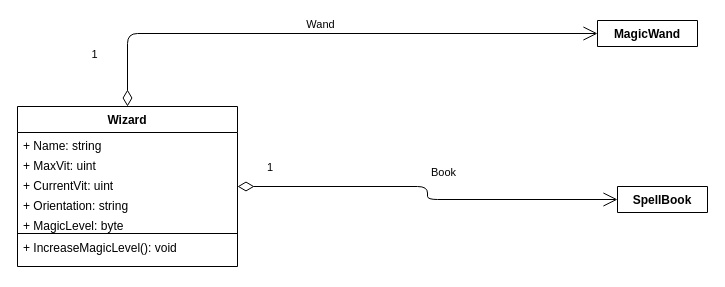
Above: Assets/UML-diagrams/Wizard.drawio in ProgramacionII-Equipo3/PII_RoleplayGame_1_Start (draw.io), before the change. Source tidied: cells renumbered, new cells numbered last; positions are measured from the earlier drawing's top-left corner, leaving out a move shared by most shapes. Both pictures are drawn from the tidied source at 100%, with x=0, y=0 at pixel (17, 20).
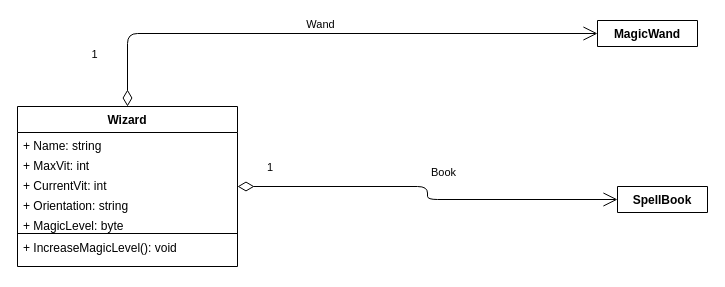
The same page after the edit.

Unchanged cells that the change refers to:
```xml
<mxCell id="2" value="Wizard" style="swimlane;fontStyle=1;align=center;verticalAlign=top;horizontal=1;startSize=26;" parent="1" vertex="1">
  <mxGeometry y="86" width="220" height="160" as="geometry" />
</mxCell>
```

The edit, as a diff of the source:
```diff
@@
-    <mxCell id="4" value="+ MaxVit: uint" style="text;strokeColor=none;fillColor=none;align=left;verticalAlign=top;spacingLeft=4;spacingRight=4;overflow=hidden;" parent="2" vertex="1">
+    <mxCell id="4" value="+ MaxVit: int" style="text;strokeColor=none;fillColor=none;align=left;verticalAlign=top;spacingLeft=4;spacingRight=4;overflow=hidden;" parent="2" vertex="1">
       <mxGeometry y="46" width="220" height="20" as="geometry" />
     </mxCell>
-    <mxCell id="5" value="+ CurrentVit: uint" style="text;strokeColor=none;fillColor=none;align=left;verticalAlign=top;spacingLeft=4;spacingRight=4;overflow=hidden;" parent="2" vertex="1">
+    <mxCell id="5" value="+ CurrentVit: int" style="text;strokeColor=none;fillColor=none;align=left;verticalAlign=top;spacingLeft=4;spacingRight=4;overflow=hidden;" parent="2" vertex="1">
       <mxGeometry y="66" width="220" height="20" as="geometry" />
     </mxCell>
```
